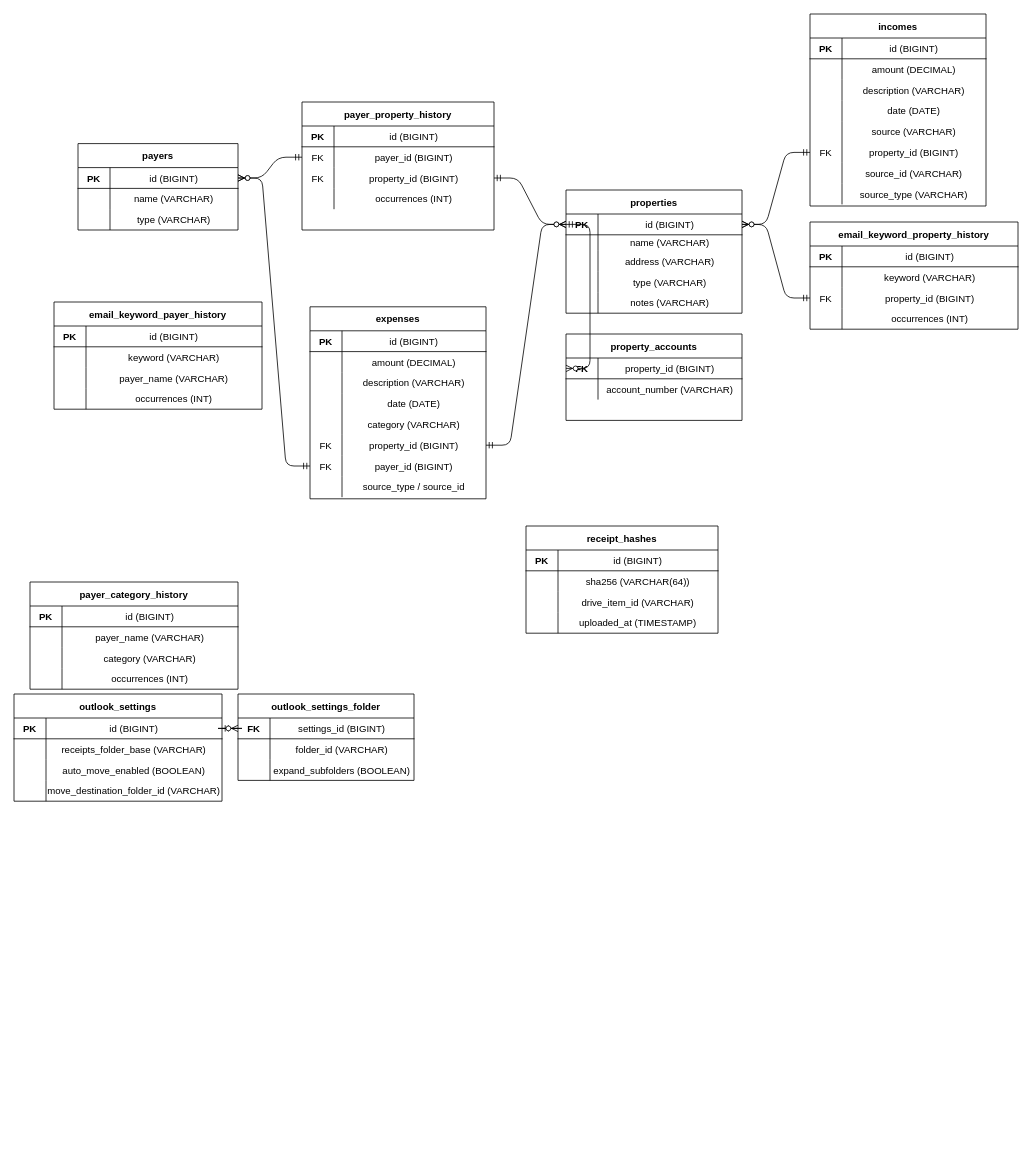
Before: diagrams/erd.drawio in jinloes/bookie, a draw.io diagram. Source tidied: cells renumbered, new cells numbered last; positions are measured from the earlier drawing's top-left corner, leaving out a move shared by most shapes. Both pictures are drawn from the tidied source at 80%, with x=0, y=0 at pixel (14, 14).
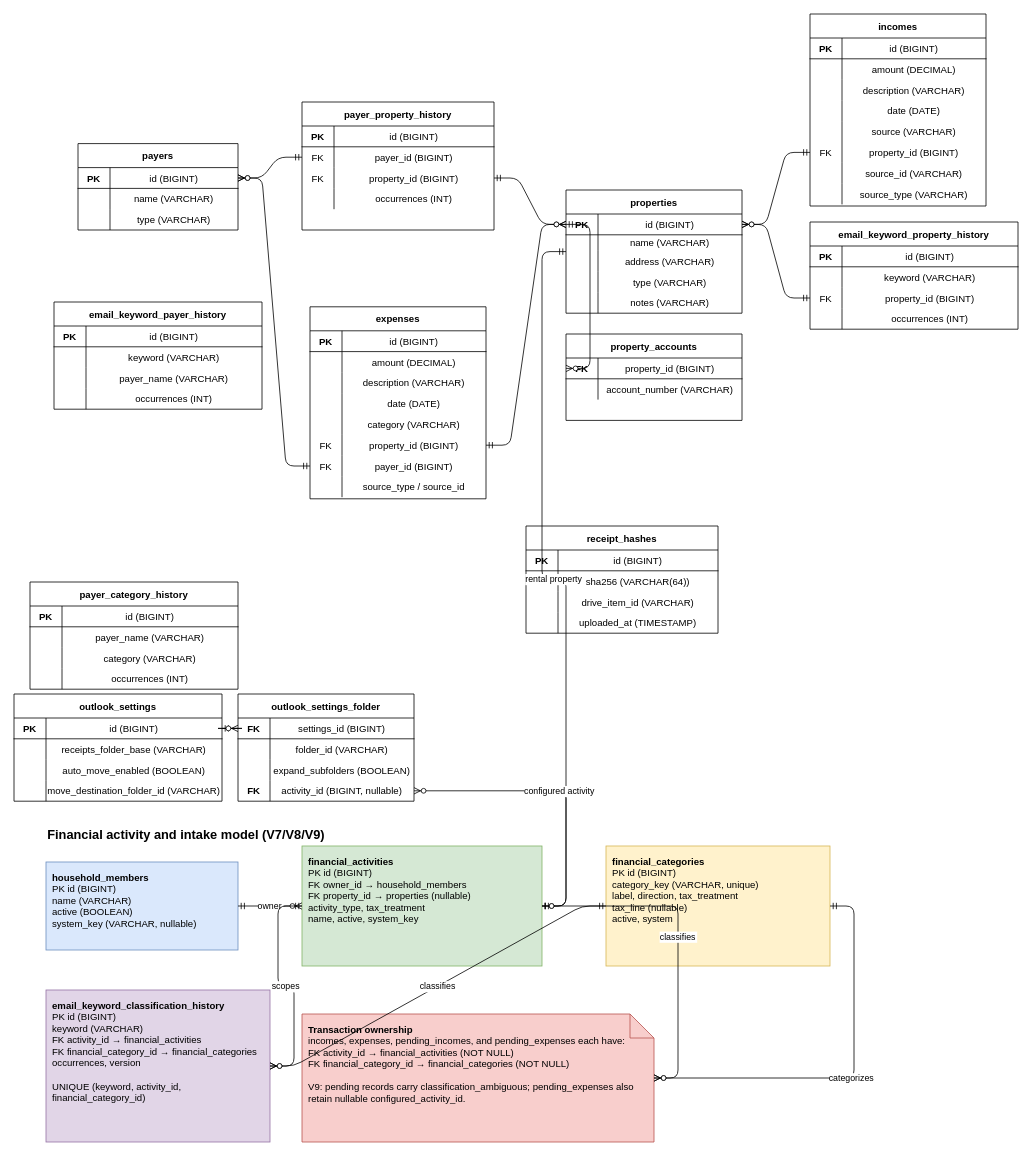
Above is the later version.

Unchanged cells that the change refers to:
```xml
<mxCell id="2" value="properties" style="shape=table;startSize=30;childLayout=tableLayout;rowLines=0;fontStyle=1;align=center;" parent="1" vertex="1">
  <mxGeometry x="690" y="220" width="220" height="154" as="geometry" />
</mxCell>
```

What changed in the source:
```diff
@@
     <mxCell id="157" value="outlook_settings_folder" style="shape=table;startSize=30;childLayout=tableLayout;rowLines=0;fontStyle=1;align=center;" parent="1" vertex="1">
-      <mxGeometry x="280" y="850" width="220" height="108" as="geometry" />
+      <mxGeometry x="280" y="850" width="220" height="134" as="geometry" />
     </mxCell>
@@
+    <mxCell id="181" style="shape=tableRow;horizontal=0;startSize=0;swimlaneHead=0;swimlaneBody=0;fillColor=none;points=[[0,0.5],[1,0.5]];portConstraint=eastwest;fontSize=12;top=0;left=0;right=0;bottom=0;" parent="157" vertex="1">
+      <mxGeometry y="108" width="220" height="26" as="geometry" />
+    </mxCell>
+    <mxCell id="182" value="FK" style="shape=partialRectangle;fillColor=none;top=0;left=0;bottom=0;right=0;fontStyle=1;overflow=hidden;" parent="181" vertex="1">
+      <mxGeometry width="40" height="26" as="geometry" />
+    </mxCell>
+    <mxCell id="183" value="activity_id (BIGINT, nullable)" style="shape=partialRectangle;fillColor=none;top=0;left=0;bottom=0;right=0;overflow=hidden;" parent="181" vertex="1">
+      <mxGeometry x="40" width="180" height="26" as="geometry" />
+    </mxCell>
@@
+    <mxCell id="184" value="Financial activity and intake model (V7/V8/V9)" style="text;html=1;strokeColor=none;fillColor=none;fontStyle=1;fontSize=16;" parent="1" vertex="1">
+      <mxGeometry x="40" y="1010" width="320" height="30" as="geometry" />
+    </mxCell>
+    <mxCell id="185" value="&lt;b&gt;household_members&lt;/b&gt;&lt;br&gt;PK id (BIGINT)&lt;br&gt;name (VARCHAR)&lt;br&gt;active (BOOLEAN)&lt;br&gt;system_key (VARCHAR, nullable)" style="rounded=0;whiteSpace=wrap;html=1;align=left;verticalAlign=top;spacing=8;fillColor=#dae8fc;strokeColor=#6c8ebf;" parent="1" vertex="1">
+      <mxGeometry x="40" y="1060" width="240" height="110" as="geometry" />
+    </mxCell>
+    <mxCell id="186" value="&lt;b&gt;financial_activities&lt;/b&gt;&lt;br&gt;PK id (BIGINT)&lt;br&gt;FK owner_id → household_members&lt;br&gt;FK property_id → properties (nullable)&lt;br&gt;activity_type, tax_treatment&lt;br&gt;name, active, system_key" style="rounded=0;whiteSpace=wrap;html=1;align=left;verticalAlign=top;spacing=8;fillColor=#d5e8d4;strokeColor=#82b366;" parent="1" vertex="1">
+      <mxGeometry x="360" y="1040" width="300" height="150" as="geometry" />
+    </mxCell>
+    <mxCell id="187" value="&lt;b&gt;financial_categories&lt;/b&gt;&lt;br&gt;PK id (BIGINT)&lt;br&gt;category_key (VARCHAR, unique)&lt;br&gt;label, direction, tax_treatment&lt;br&gt;tax_line (nullable)&lt;br&gt;active, system" style="rounded=0;whiteSpace=wrap;html=1;align=left;verticalAlign=top;spacing=8;fillColor=#fff2cc;strokeColor=#d6b656;" parent="1" vertex="1">
+      <mxGeometry x="740" y="1040" width="280" height="150" as="geometry" />
+    </mxCell>
+    <mxCell id="188" value="&lt;b&gt;Transaction ownership&lt;/b&gt;&lt;br&gt;incomes, expenses, pending_incomes, and pending_expenses each have:&lt;br&gt;FK activity_id → financial_activities (NOT NULL)&lt;br&gt;FK financial_category_id → financial_categories (NOT NULL)&lt;br&gt;&lt;br&gt;V9: pending records carry classification_ambiguous; pending_expenses also retain nullable configured_activity_id." style="shape=note;whiteSpace=wrap;html=1;align=left;verticalAlign=top;spacing=8;fillColor=#f8cecc;strokeColor=#b85450;" parent="1" vertex="1">
+      <mxGeometry x="360" y="1250" width="440" height="160" as="geometry" />
+    </mxCell>
+    <mxCell id="189" value="&lt;b&gt;email_keyword_classification_history&lt;/b&gt;&lt;br&gt;PK id (BIGINT)&lt;br&gt;keyword (VARCHAR)&lt;br&gt;FK activity_id → financial_activities&lt;br&gt;FK financial_category_id → financial_categories&lt;br&gt;occurrences, version&lt;br&gt;&lt;br&gt;UNIQUE (keyword, activity_id, financial_category_id)" style="rounded=0;whiteSpace=wrap;html=1;align=left;verticalAlign=top;spacing=8;fillColor=#e1d5e7;strokeColor=#9673a6;" parent="1" vertex="1">
+      <mxGeometry x="40" y="1220" width="280" height="190" as="geometry" />
+    </mxCell>
+    <mxCell id="190" value="owner" style="edgeStyle=entityRelationEdgeStyle;endArrow=ERzeroToMany;startArrow=ERmandOne;" parent="1" edge="1" source="185" target="186">
+      <mxGeometry relative="1" as="geometry" />
+    </mxCell>
+    <mxCell id="191" value="rental property" style="edgeStyle=entityRelationEdgeStyle;endArrow=ERzeroToOne;startArrow=ERmandOne;" parent="1" edge="1" source="2" target="186">
+      <mxGeometry relative="1" as="geometry" />
+    </mxCell>
+    <mxCell id="192" value="classifies" style="edgeStyle=entityRelationEdgeStyle;endArrow=ERzeroToMany;startArrow=ERmandOne;" parent="1" edge="1" source="186" target="188">
+      <mxGeometry relative="1" as="geometry" />
+    </mxCell>
+    <mxCell id="193" value="categorizes" style="edgeStyle=entityRelationEdgeStyle;endArrow=ERzeroToMany;startArrow=ERmandOne;" parent="1" edge="1" source="187" target="188">
+      <mxGeometry relative="1" as="geometry" />
+    </mxCell>
+    <mxCell id="194" value="scopes" style="edgeStyle=entityRelationEdgeStyle;endArrow=ERzeroToMany;startArrow=ERmandOne;" parent="1" edge="1" source="186" target="189">
+      <mxGeometry relative="1" as="geometry" />
+    </mxCell>
+    <mxCell id="195" value="classifies" style="edgeStyle=entityRelationEdgeStyle;endArrow=ERzeroToMany;startArrow=ERmandOne;" parent="1" edge="1" source="187" target="189">
+      <mxGeometry relative="1" as="geometry" />
+    </mxCell>
+    <mxCell id="196" value="configured activity" style="edgeStyle=entityRelationEdgeStyle;endArrow=ERzeroToMany;startArrow=ERzeroToOne;" parent="1" edge="1" source="186" target="181">
+      <mxGeometry relative="1" as="geometry" />
+    </mxCell>
```
